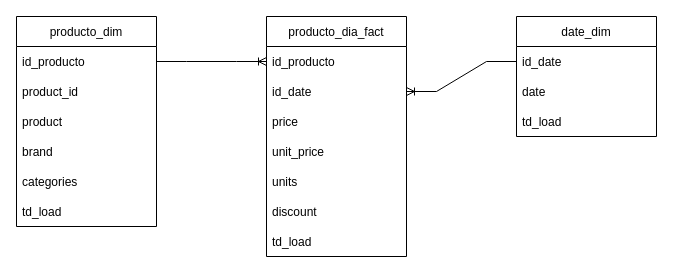
Earlier version of the draw.io diagram page "Base de datos" (2 of 2) of doc/Diseño Técnico.drawio (cperezh/FoodECommerceScraper). Source tidied: cells renumbered, new cells numbered last; positions are measured from the earlier drawing's top-left corner, leaving out a move shared by most shapes. Both pictures are drawn from the tidied source at 100%, with x=0, y=0 at pixel (16, 16).
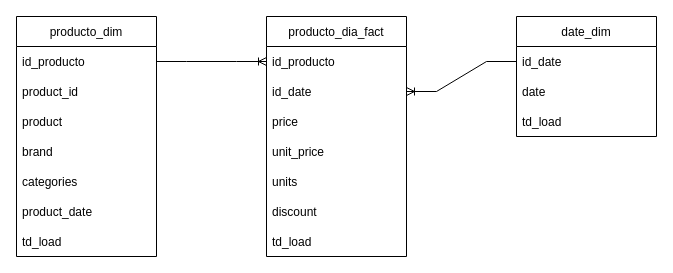
Above is the later version.

Diff of the diagram source:
```diff
@@
     <mxCell id="2" value="producto_dim" style="swimlane;fontStyle=0;horizontal=1;startSize=30;" parent="1" vertex="1">
-      <mxGeometry width="140" height="210" as="geometry" />
+      <mxGeometry width="140" height="240" as="geometry" />
     </mxCell>
@@
+    <mxCell id="23" value="product_date" style="text;strokeColor=none;fillColor=none;align=left;verticalAlign=middle;spacingLeft=4;spacingRight=4;overflow=hidden;" parent="2" vertex="1">
+      <mxGeometry y="180" width="140" height="30" as="geometry" />
+    </mxCell>
     <mxCell id="8" value="td_load" style="text;strokeColor=none;fillColor=none;align=left;verticalAlign=middle;spacingLeft=4;spacingRight=4;overflow=hidden;" parent="2" vertex="1">
-      <mxGeometry y="180" width="140" height="30" as="geometry" />
+      <mxGeometry y="210" width="140" height="30" as="geometry" />
     </mxCell>
```
